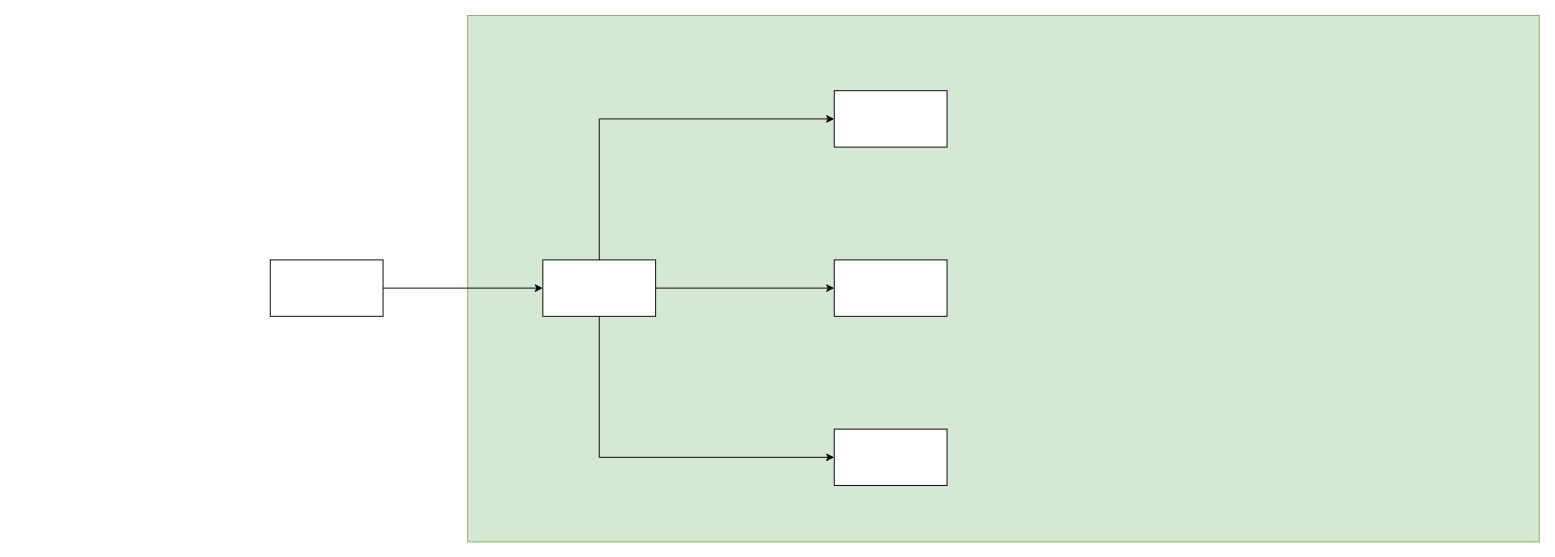
The draw.io diagram 回收委托单事件设计.drawio in 1132489442/designer, before the edit. Source tidied: cells renumbered, new cells numbered last; positions are measured from the earlier drawing's top-left corner, leaving out a move shared by most shapes. Both pictures are drawn from the tidied source at 94%, with x=0, y=0 at pixel (270, 15).
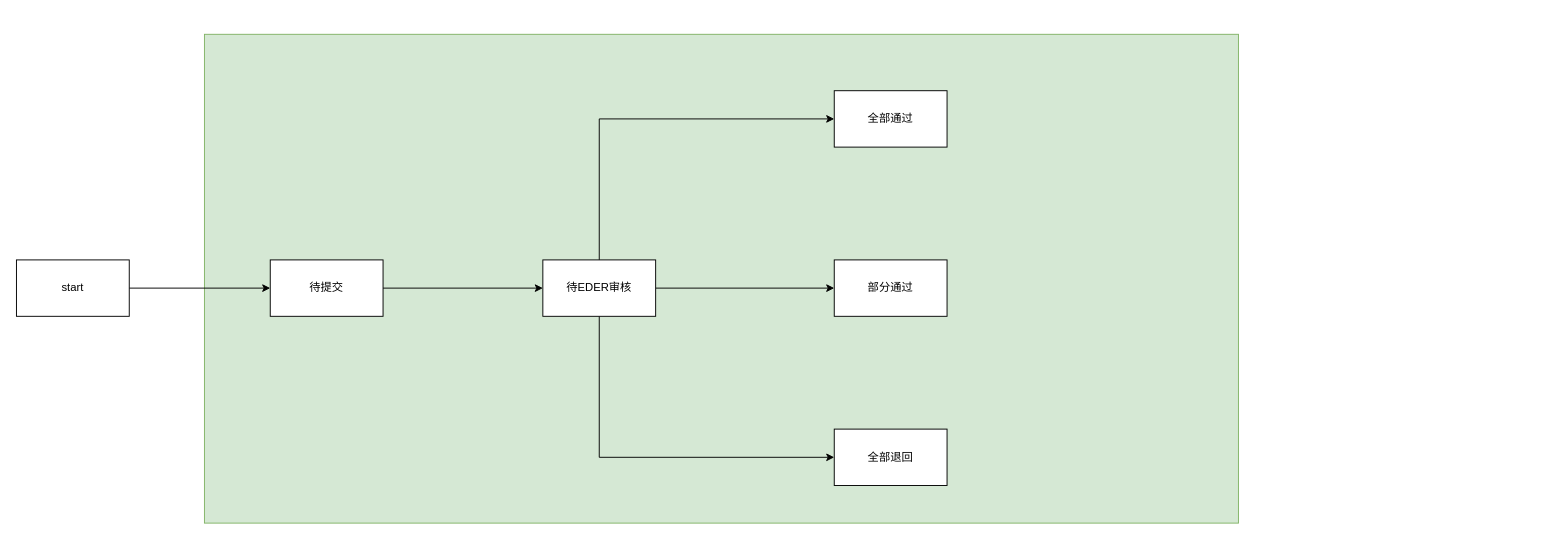
The same page after the edit.

Commit message (it also covers changes not shown here):
更新回收委托单事件设计.drawio

Diff of the diagram source:
```diff
@@
 <mxGraphModel>
   <root>
     <mxCell id="0" />
     <mxCell id="1" parent="0" />
     <mxCell id="2" style="rounded=0;whiteSpace=wrap;html=1;fillColor=#d5e8d4;strokeColor=#82b366;" parent="1" vertex="1">
-      <mxGeometry x="210" width="1140" height="560" as="geometry" />
+      <mxGeometry x="-70" y="20" width="1100" height="520" as="geometry" />
     </mxCell>
     <mxCell id="3" style="edgeStyle=orthogonalEdgeStyle;rounded=0;jettySize=auto;html=1;exitX=1;exitY=0.5;exitDx=0;exitDy=0;entryX=0;entryY=0.5;entryDx=0;entryDy=0;" parent="1" edge="1" source="6" target="10">
       <mxGeometry relative="1" as="geometry" />
     </mxCell>
     <mxCell id="4" style="edgeStyle=orthogonalEdgeStyle;rounded=0;jettySize=auto;html=1;exitX=0.5;exitY=1;exitDx=0;exitDy=0;entryX=0;entryY=0.5;entryDx=0;entryDy=0;" parent="1" edge="1" source="6" target="11">
       <mxGeometry relative="1" as="geometry" />
     </mxCell>
     <mxCell id="5" style="edgeStyle=orthogonalEdgeStyle;rounded=0;jettySize=auto;html=1;exitX=0.5;exitY=0;exitDx=0;exitDy=0;entryX=0;entryY=0.5;entryDx=0;entryDy=0;" parent="1" edge="1" source="6" target="9">
       <mxGeometry relative="1" as="geometry" />
     </mxCell>
-    <mxCell id="6" style="rounded=0;whiteSpace=wrap;html=1;" parent="1" vertex="1">
+    <mxCell id="6" value="&lt;span style=&quot;font-size: 12px;&quot;&gt;待EDER审核&lt;/span&gt;" style="rounded=0;whiteSpace=wrap;html=1;" parent="1" vertex="1">
       <mxGeometry x="290" y="260" width="120" height="60" as="geometry" />
     </mxCell>
     <mxCell id="7" style="edgeStyle=orthogonalEdgeStyle;rounded=0;jettySize=auto;html=1;exitX=1;exitY=0.5;exitDx=0;exitDy=0;entryX=0;entryY=0.5;entryDx=0;entryDy=0;" parent="1" edge="1" source="8" target="6">
       <mxGeometry relative="1" as="geometry" />
     </mxCell>
-    <mxCell id="8" style="rounded=0;whiteSpace=wrap;html=1;" parent="1" vertex="1">
+    <mxCell id="8" value="&lt;span style=&quot;font-size: 12px;&quot;&gt;待提交&lt;/span&gt;" style="rounded=0;whiteSpace=wrap;html=1;" parent="1" vertex="1">
       <mxGeometry y="260" width="120" height="60" as="geometry" />
     </mxCell>
-    <mxCell id="9" style="rounded=0;whiteSpace=wrap;html=1;" parent="1" vertex="1">
+    <mxCell id="9" value="&lt;span style=&quot;font-size: 12px;&quot;&gt;全部通过&lt;/span&gt;" style="rounded=0;whiteSpace=wrap;html=1;" parent="1" vertex="1">
       <mxGeometry x="600" y="80" width="120" height="60" as="geometry" />
     </mxCell>
-    <mxCell id="10" style="rounded=0;whiteSpace=wrap;html=1;" parent="1" vertex="1">
+    <mxCell id="10" value="&lt;span style=&quot;font-size: 12px;&quot;&gt;部分通过&lt;/span&gt;" style="rounded=0;whiteSpace=wrap;html=1;" parent="1" vertex="1">
       <mxGeometry x="600" y="260" width="120" height="60" as="geometry" />
     </mxCell>
-    <mxCell id="11" style="rounded=0;whiteSpace=wrap;html=1;" parent="1" vertex="1">
+    <mxCell id="11" value="&lt;span style=&quot;font-size: 12px;&quot;&gt;全部退回&lt;/span&gt;" style="rounded=0;whiteSpace=wrap;html=1;" parent="1" vertex="1">
       <mxGeometry x="600" y="440" width="120" height="60" as="geometry" />
     </mxCell>
+    <mxCell id="12" style="edgeStyle=orthogonalEdgeStyle;rounded=0;jettySize=auto;html=1;exitX=1;exitY=0.5;exitDx=0;exitDy=0;" parent="1" edge="1" source="13" target="8">
+      <mxGeometry relative="1" as="geometry" />
+    </mxCell>
+    <mxCell id="13" value="&lt;span style=&quot;font-size: 12px;&quot;&gt;start&lt;/span&gt;" style="rounded=0;whiteSpace=wrap;html=1;" parent="1" vertex="1">
+      <mxGeometry x="-270" y="260" width="120" height="60" as="geometry" />
+    </mxCell>
   </root>
 </mxGraphModel>
```
